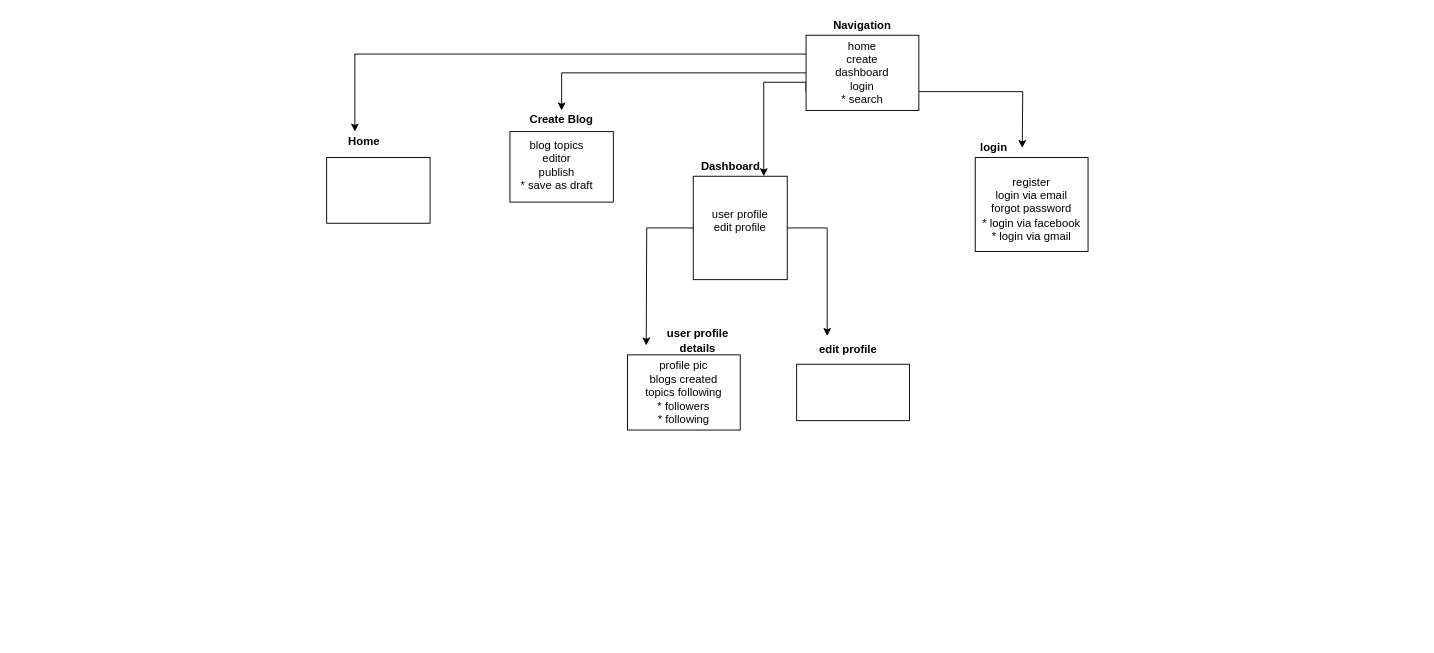
NikhilistRaj/blog-web-app keeps this draw.io diagram as doc/first_Diagram.drawio. Above is the earlier version. Source tidied: cells renumbered, new cells numbered last; positions are measured from the earlier drawing's top-left corner, leaving out a move shared by most shapes. Both pictures are drawn from the tidied source at 94%, with x=0, y=0 at pixel (326, 16).
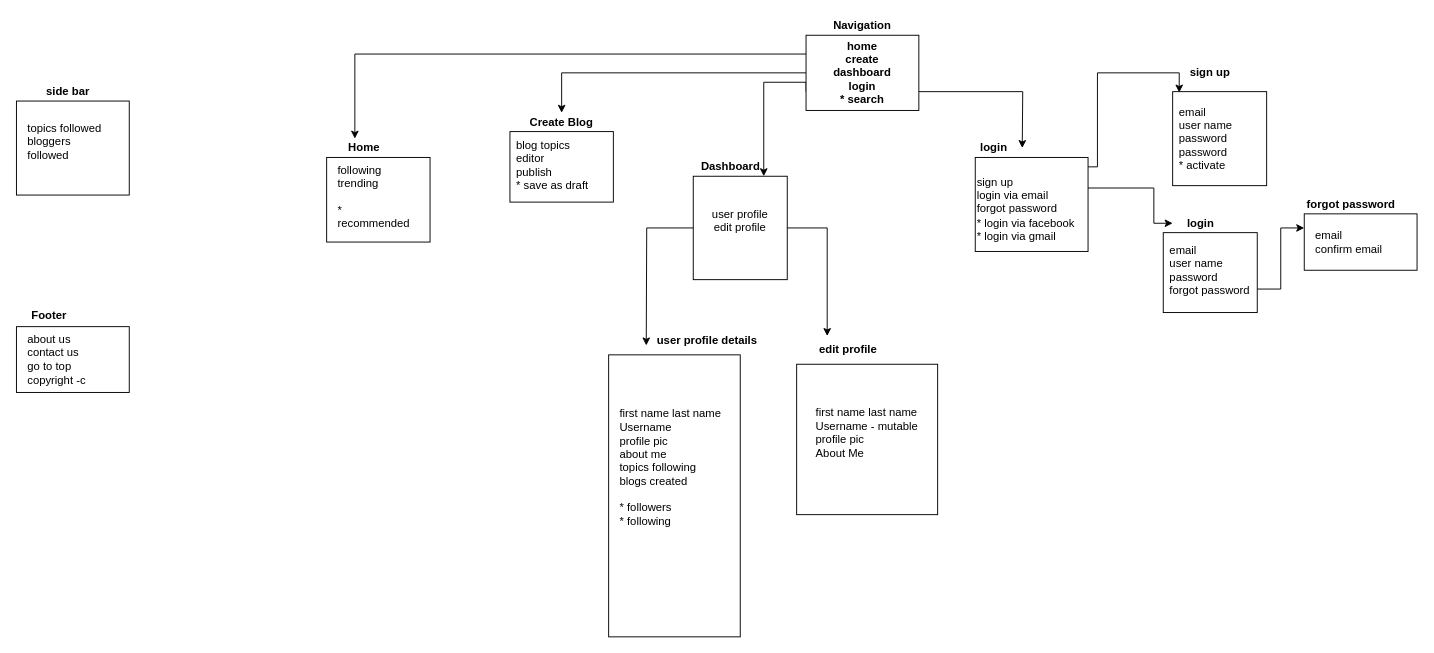
The same page after the edit.

The edit, as a diff of the source:
```diff
@@
-    <mxCell id="6" value="&lt;div&gt;home&lt;/div&gt;&lt;div&gt;create&lt;/div&gt;&lt;div&gt;dashboard&lt;/div&gt;&lt;div&gt;login&lt;/div&gt;&lt;div&gt;* search&lt;/div&gt;" style="rounded=0;whiteSpace=wrap;html=1;" parent="1" vertex="1">
+    <mxCell id="6" value="&lt;div&gt;&lt;b&gt;home&lt;/b&gt;&lt;/div&gt;&lt;div&gt;&lt;b&gt;create&lt;/b&gt;&lt;/div&gt;&lt;div&gt;&lt;b&gt;dashboard&lt;/b&gt;&lt;/div&gt;&lt;div&gt;&lt;b&gt;login&lt;/b&gt;&lt;/div&gt;&lt;div&gt;&lt;b&gt;* search&lt;/b&gt;&lt;/div&gt;" style="rounded=0;whiteSpace=wrap;html=1;" parent="1" vertex="1">
       <mxGeometry x="510" y="20" width="120" height="80" as="geometry" />
     </mxCell>
@@
+    <mxCell id="26" style="edgeStyle=orthogonalEdgeStyle;rounded=0;jettySize=auto;html=1;exitX=1;exitY=0;exitDx=0;exitDy=0;entryX=0.07;entryY=0.01;entryDx=0;entryDy=0;entryPerimeter=0;" parent="1" edge="1" source="10" target="29">
+      <mxGeometry relative="1" as="geometry">
+        <Array as="points">
+          <mxPoint x="820" y="160" />
+          <mxPoint x="820" y="60" />
+          <mxPoint x="907" y="60" />
+        </Array>
+      </mxGeometry>
+    </mxCell>
+    <mxCell id="27" style="edgeStyle=orthogonalEdgeStyle;rounded=0;jettySize=auto;html=1;exitX=1;exitY=0.25;exitDx=0;exitDy=0;" parent="1" edge="1" source="10" target="31">
+      <mxGeometry relative="1" as="geometry">
+        <Array as="points">
+          <mxPoint x="880" y="183" />
+          <mxPoint x="880" y="220" />
+        </Array>
+      </mxGeometry>
+    </mxCell>
-    <mxCell id="10" value="&lt;div&gt;register&lt;/div&gt;&lt;div&gt;login via email&lt;/div&gt;&lt;div&gt;forgot password&lt;br&gt;&lt;/div&gt;&lt;div&gt;* login via facebook&lt;/div&gt;&lt;div&gt;* login via gmail&lt;br&gt;&lt;/div&gt;" style="text;html=1;strokeColor=none;fillColor=none;align=center;verticalAlign=middle;whiteSpace=wrap;rounded=0;" parent="1" vertex="1">
+    <mxCell id="10" value="&lt;div align=&quot;left&quot;&gt;sign up&lt;br&gt;&lt;/div&gt;&lt;div align=&quot;left&quot;&gt;login via email&lt;/div&gt;&lt;div align=&quot;left&quot;&gt;forgot password&lt;br&gt;&lt;/div&gt;&lt;div align=&quot;left&quot;&gt;* login via facebook&lt;/div&gt;&lt;div align=&quot;left&quot;&gt;* login via gmail&lt;br&gt;&lt;/div&gt;" style="text;html=1;strokeColor=none;fillColor=none;align=left;verticalAlign=middle;whiteSpace=wrap;rounded=0;" parent="1" vertex="1">
       <mxGeometry x="690" y="160" width="120" height="90" as="geometry" />
     </mxCell>
@@
     <mxCell id="16" value="&lt;b&gt;user profile details&lt;/b&gt;" style="text;html=1;strokeColor=none;fillColor=none;align=center;verticalAlign=middle;whiteSpace=wrap;rounded=0;" parent="1" vertex="1">
-      <mxGeometry x="350" y="330" width="90" height="30" as="geometry" />
+      <mxGeometry x="350" y="330" width="110" height="30" as="geometry" />
     </mxCell>
-    <mxCell id="17" style="rounded=0;whiteSpace=wrap;html=1;align=center;" parent="1" vertex="1">
-      <mxGeometry x="500" y="370" width="120" height="60" as="geometry" />
+    <mxCell id="17" value="&lt;div align=&quot;left&quot;&gt;first name last name&lt;br&gt;&lt;/div&gt;&lt;div align=&quot;left&quot;&gt;Username - mutable&lt;br&gt;&lt;/div&gt;&lt;div align=&quot;left&quot;&gt;profile pic&lt;/div&gt;&lt;div align=&quot;left&quot;&gt;About Me&lt;br&gt;&lt;/div&gt;&lt;div align=&quot;left&quot;&gt;&lt;br&gt;&lt;/div&gt;" style="rounded=0;whiteSpace=wrap;html=1;align=center;" parent="1" vertex="1">
+      <mxGeometry x="500" y="370" width="150" height="160" as="geometry" />
     </mxCell>
     <mxCell id="18" style="rounded=0;whiteSpace=wrap;html=1;align=center;" parent="1" vertex="1">
-      <mxGeometry x="320" y="360" width="120" height="80" as="geometry" />
+      <mxGeometry x="300" y="360" width="140" height="300" as="geometry" />
     </mxCell>
-    <mxCell id="19" value="&lt;div&gt;profile pic&lt;/div&gt;&lt;div&gt;blogs created&lt;/div&gt;&lt;div&gt;topics following&lt;br&gt;&lt;/div&gt;&lt;div&gt;* followers&lt;/div&gt;&lt;div&gt;* following&lt;br&gt;&lt;/div&gt;" style="text;html=1;strokeColor=none;fillColor=none;align=center;verticalAlign=middle;whiteSpace=wrap;rounded=0;" parent="1" vertex="1">
-      <mxGeometry x="330" y="370" width="100" height="60" as="geometry" />
+    <mxCell id="19" value="&lt;div align=&quot;left&quot;&gt;first name last name&lt;br&gt;&lt;/div&gt;&lt;div align=&quot;left&quot;&gt;Username&lt;br&gt;&lt;/div&gt;&lt;div align=&quot;left&quot;&gt;profile pic&lt;/div&gt;&lt;div align=&quot;left&quot;&gt;about me&lt;br&gt;&lt;/div&gt;&lt;div align=&quot;left&quot;&gt;topics following&lt;br&gt;&lt;/div&gt;&lt;div align=&quot;left&quot;&gt;blogs created&lt;/div&gt;&lt;div align=&quot;left&quot;&gt;&lt;br&gt;&lt;/div&gt;&lt;div align=&quot;left&quot;&gt;* followers&lt;/div&gt;&lt;div align=&quot;left&quot;&gt;* following&lt;br&gt;&lt;/div&gt;" style="text;html=1;strokeColor=none;fillColor=none;align=left;verticalAlign=middle;whiteSpace=wrap;rounded=0;" parent="1" vertex="1">
+      <mxGeometry x="310" y="370" width="130" height="220" as="geometry" />
     </mxCell>
@@
     <mxCell id="21" value="&lt;b&gt;Create Blog&lt;br&gt;&lt;/b&gt;" style="text;html=1;strokeColor=none;fillColor=none;align=center;verticalAlign=middle;whiteSpace=wrap;rounded=0;" parent="1" vertex="1">
-      <mxGeometry x="210" y="100" width="80" height="20" as="geometry" />
+      <mxGeometry x="210" y="102.5" width="80" height="20" as="geometry" />
     </mxCell>
@@
-    <mxCell id="23" value="&lt;div&gt;blog topics&lt;/div&gt;&lt;div&gt;editor&lt;/div&gt;&lt;div&gt;publish&lt;br&gt;&lt;/div&gt;&lt;div&gt;* save as draft&lt;br&gt;&lt;/div&gt;" style="text;html=1;strokeColor=none;fillColor=none;align=center;verticalAlign=middle;whiteSpace=wrap;rounded=0;" parent="1" vertex="1">
+    <mxCell id="23" value="&lt;div align=&quot;left&quot;&gt;blog topics&lt;/div&gt;&lt;div align=&quot;left&quot;&gt;editor&lt;/div&gt;&lt;div align=&quot;left&quot;&gt;publish&lt;br&gt;&lt;/div&gt;&lt;div align=&quot;left&quot;&gt;* save as draft&lt;br&gt;&lt;/div&gt;" style="text;html=1;strokeColor=none;fillColor=none;align=left;verticalAlign=middle;whiteSpace=wrap;rounded=0;" parent="1" vertex="1">
       <mxGeometry x="200" y="122.5" width="90" height="70" as="geometry" />
     </mxCell>
     <mxCell id="24" style="rounded=0;whiteSpace=wrap;html=1;align=center;" parent="1" vertex="1">
-      <mxGeometry y="150" width="110" height="70" as="geometry" />
+      <mxGeometry y="150" width="110" height="90" as="geometry" />
     </mxCell>
     <mxCell id="25" value="&lt;b&gt;Home&lt;/b&gt;" style="text;html=1;strokeColor=none;fillColor=none;align=center;verticalAlign=middle;whiteSpace=wrap;rounded=0;" parent="1" vertex="1">
-      <mxGeometry x="20" y="122.5" width="40" height="20" as="geometry" />
+      <mxGeometry x="20" y="130" width="40" height="20" as="geometry" />
     </mxCell>
+    <mxCell id="28" value="&lt;b&gt;sign up&lt;/b&gt;" style="text;html=1;strokeColor=none;fillColor=none;align=center;verticalAlign=middle;whiteSpace=wrap;rounded=0;" parent="1" vertex="1">
+      <mxGeometry x="910" y="50" width="60" height="20" as="geometry" />
+    </mxCell>
+    <mxCell id="29" style="rounded=0;whiteSpace=wrap;html=1;" parent="1" vertex="1">
+      <mxGeometry x="900" y="80" width="100" height="100" as="geometry" />
+    </mxCell>
+    <mxCell id="30" value="&lt;div align=&quot;left&quot;&gt;email&lt;/div&gt;&lt;div align=&quot;left&quot;&gt;user name&lt;/div&gt;&lt;div align=&quot;left&quot;&gt;password&lt;/div&gt;&lt;div align=&quot;left&quot;&gt;password&lt;/div&gt;&lt;div align=&quot;left&quot;&gt;* activate&lt;br&gt;&lt;/div&gt;" style="text;html=1;strokeColor=none;fillColor=none;align=left;verticalAlign=middle;whiteSpace=wrap;rounded=0;" parent="1" vertex="1">
+      <mxGeometry x="905" y="90" width="90" height="80" as="geometry" />
+    </mxCell>
+    <mxCell id="31" value="&lt;b&gt;login&lt;/b&gt;" style="text;html=1;strokeColor=none;fillColor=none;align=center;verticalAlign=middle;whiteSpace=wrap;rounded=0;" parent="1" vertex="1">
+      <mxGeometry x="900" y="210" width="60" height="20" as="geometry" />
+    </mxCell>
+    <mxCell id="32" style="rounded=0;whiteSpace=wrap;html=1;" parent="1" vertex="1">
+      <mxGeometry x="890" y="230" width="100" height="85" as="geometry" />
+    </mxCell>
+    <mxCell id="33" style="edgeStyle=orthogonalEdgeStyle;rounded=0;jettySize=auto;html=1;exitX=1;exitY=0.75;exitDx=0;exitDy=0;entryX=0;entryY=0.25;entryDx=0;entryDy=0;" parent="1" edge="1" source="34" target="35">
+      <mxGeometry relative="1" as="geometry" />
+    </mxCell>
+    <mxCell id="34" value="&lt;div align=&quot;left&quot;&gt;email&lt;/div&gt;&lt;div align=&quot;left&quot;&gt;user name&lt;/div&gt;&lt;div align=&quot;left&quot;&gt;password&lt;/div&gt;&lt;div align=&quot;left&quot;&gt;forgot password&lt;br&gt;&lt;/div&gt;" style="text;html=1;strokeColor=none;fillColor=none;align=left;verticalAlign=middle;whiteSpace=wrap;rounded=0;" parent="1" vertex="1">
+      <mxGeometry x="895" y="230" width="95" height="80" as="geometry" />
+    </mxCell>
+    <mxCell id="35" style="rounded=0;whiteSpace=wrap;html=1;" parent="1" vertex="1">
+      <mxGeometry x="1040" y="210" width="120" height="60" as="geometry" />
+    </mxCell>
+    <mxCell id="36" value="&lt;div align=&quot;left&quot;&gt;email&lt;/div&gt;&lt;div align=&quot;left&quot;&gt;confirm email&lt;br&gt;&lt;/div&gt;" style="text;html=1;strokeColor=none;fillColor=none;align=left;verticalAlign=middle;whiteSpace=wrap;rounded=0;" parent="1" vertex="1">
+      <mxGeometry x="1050" y="210" width="100" height="60" as="geometry" />
+    </mxCell>
+    <mxCell id="37" value="&lt;b&gt;forgot password&lt;/b&gt;" style="text;html=1;strokeColor=none;fillColor=none;align=center;verticalAlign=middle;whiteSpace=wrap;rounded=0;" parent="1" vertex="1">
+      <mxGeometry x="1040" y="190" width="100" height="20" as="geometry" />
+    </mxCell>
+    <mxCell id="38" value="&lt;div&gt;&lt;br&gt;&lt;/div&gt;&lt;div&gt;following&lt;/div&gt;&lt;div&gt;trending&lt;br&gt;&lt;/div&gt;&lt;div&gt;&lt;br&gt;&lt;/div&gt;&lt;div&gt;* recommended&lt;br&gt;&lt;/div&gt;" style="text;html=1;strokeColor=none;fillColor=none;align=left;verticalAlign=middle;whiteSpace=wrap;rounded=0;" parent="1" vertex="1">
+      <mxGeometry x="10" y="160" width="80" height="50" as="geometry" />
+    </mxCell>
+    <mxCell id="39" style="rounded=0;whiteSpace=wrap;html=1;" parent="1" vertex="1">
+      <mxGeometry x="-330" y="90" width="120" height="100" as="geometry" />
+    </mxCell>
+    <mxCell id="40" value="&lt;div&gt;topics followed&lt;/div&gt;&lt;div&gt;bloggers followed&lt;br&gt;&lt;/div&gt;" style="text;html=1;strokeColor=none;fillColor=none;align=left;verticalAlign=middle;whiteSpace=wrap;rounded=0;" parent="1" vertex="1">
+      <mxGeometry x="-320" y="95" width="90" height="75" as="geometry" />
+    </mxCell>
+    <mxCell id="41" value="&lt;b&gt;side bar&lt;/b&gt;" style="text;html=1;strokeColor=none;fillColor=none;align=center;verticalAlign=middle;whiteSpace=wrap;rounded=0;" parent="1" vertex="1">
+      <mxGeometry x="-310" y="70" width="70" height="20" as="geometry" />
+    </mxCell>
+    <mxCell id="42" style="rounded=0;whiteSpace=wrap;html=1;" parent="1" vertex="1">
+      <mxGeometry x="-330" y="330" width="120" height="70" as="geometry" />
+    </mxCell>
+    <mxCell id="43" value="&lt;div&gt;about us&lt;/div&gt;&lt;div&gt;contact us&lt;/div&gt;&lt;div&gt;go to top&lt;/div&gt;&lt;div&gt;copyright -c&lt;br&gt;&lt;/div&gt;" style="text;html=1;strokeColor=none;fillColor=none;align=left;verticalAlign=middle;whiteSpace=wrap;rounded=0;" parent="1" vertex="1">
+      <mxGeometry x="-320" y="327.5" width="90" height="75" as="geometry" />
+    </mxCell>
+    <mxCell id="44" value="&lt;b&gt;Footer&lt;/b&gt;" style="text;html=1;strokeColor=none;fillColor=none;align=center;verticalAlign=middle;whiteSpace=wrap;rounded=0;" parent="1" vertex="1">
+      <mxGeometry x="-330" y="307.5" width="70" height="20" as="geometry" />
+    </mxCell>
```
